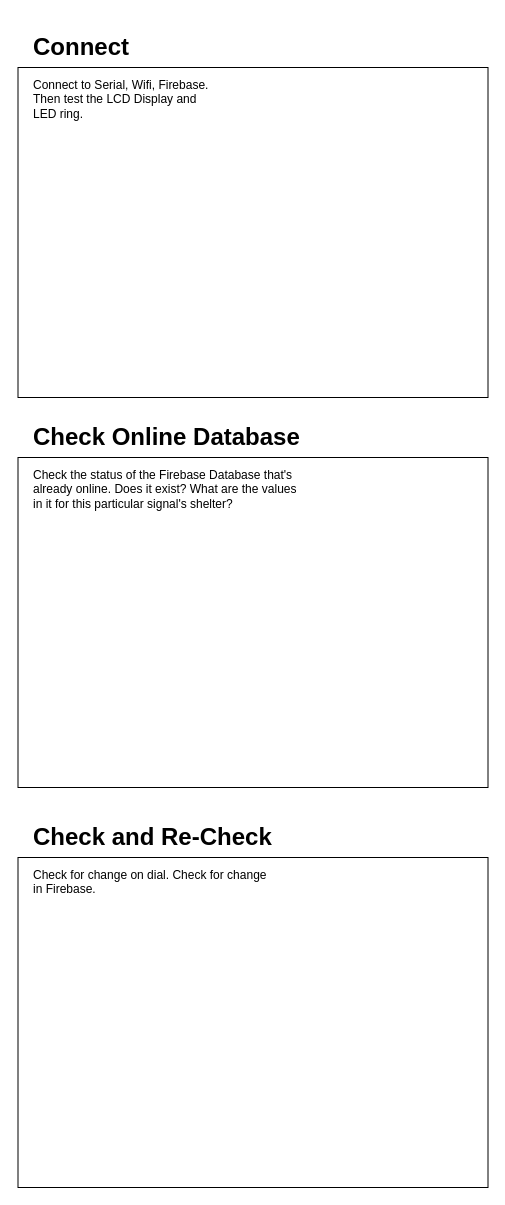
Earlier version of the draw.io diagram page "Page-2" (3 of 4) of diagrams/chalmers-signal-occupancy.drawio (chalmersproject/openshelter-signal). Source tidied: cells renumbered, new cells numbered last; positions are measured from the earlier drawing's top-left corner, leaving out a move shared by most shapes. Both pictures are drawn from the tidied source at 100%, with x=0, y=0 at pixel (18, 27).
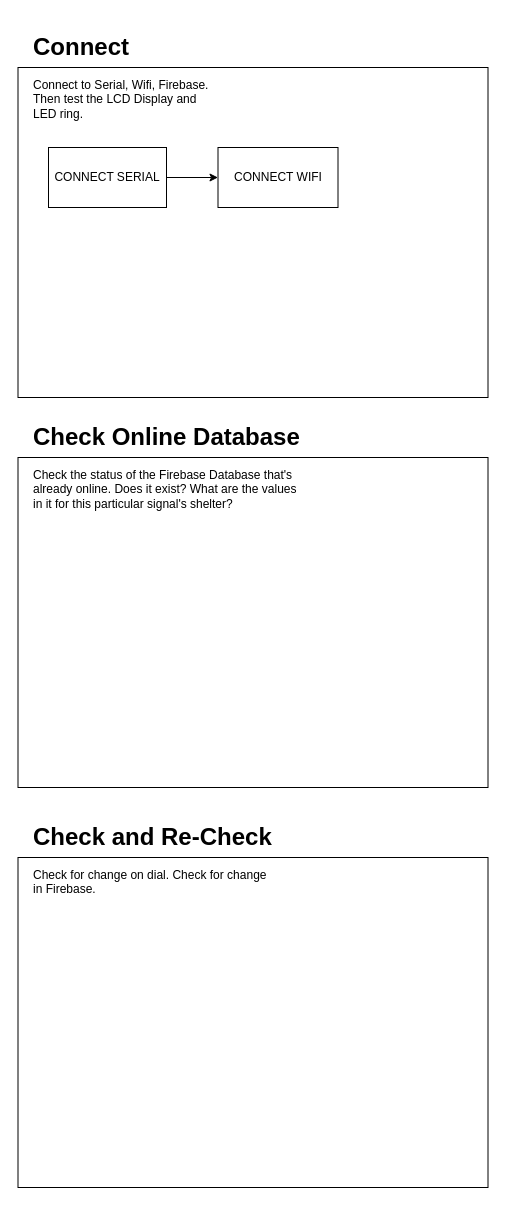
After the change.

Change to the diagram source:
```diff
@@
 <mxGraphModel>
   <root>
     <mxCell id="0" />
     <mxCell id="1" parent="0" />
     <mxCell id="2" style="rounded=0;whiteSpace=wrap;html=1;" parent="1" vertex="1">
       <mxGeometry x="-0.5" y="40" width="470" height="330" as="geometry" />
     </mxCell>
     <mxCell id="3" value="&lt;h1&gt;Connect&lt;/h1&gt;&lt;p&gt;Connect to Serial, Wifi, Firebase. Then test the LCD Display and LED ring.&lt;span&gt;&amp;nbsp;&lt;/span&gt;&lt;/p&gt;" style="text;html=1;strokeColor=none;fillColor=none;spacing=5;spacingTop=-20;whiteSpace=wrap;overflow=hidden;rounded=0;" parent="1" vertex="1">
       <mxGeometry x="9.5" width="190" height="120" as="geometry" />
     </mxCell>
     <mxCell id="4" style="rounded=0;whiteSpace=wrap;html=1;" parent="1" vertex="1">
       <mxGeometry x="-0.5" y="430" width="470" height="330" as="geometry" />
     </mxCell>
     <mxCell id="5" value="&lt;h1&gt;Check Online Database&lt;/h1&gt;&lt;p&gt;Check the status of the Firebase Database that's already online. Does it exist? What are the values in it for this particular signal's shelter?&lt;/p&gt;" style="text;html=1;strokeColor=none;fillColor=none;spacing=5;spacingTop=-20;whiteSpace=wrap;overflow=hidden;rounded=0;" parent="1" vertex="1">
       <mxGeometry x="9.5" y="390" width="280" height="120" as="geometry" />
     </mxCell>
     <mxCell id="6" style="rounded=0;whiteSpace=wrap;html=1;" parent="1" vertex="1">
       <mxGeometry x="-0.5" y="830" width="470" height="330" as="geometry" />
     </mxCell>
     <mxCell id="7" value="&lt;h1&gt;Check and Re-Check&lt;/h1&gt;&lt;p&gt;Check for change on dial. Check for change in Firebase.&lt;/p&gt;" style="text;html=1;strokeColor=none;fillColor=none;spacing=5;spacingTop=-20;whiteSpace=wrap;overflow=hidden;rounded=0;" parent="1" vertex="1">
       <mxGeometry x="9.5" y="790" width="250" height="120" as="geometry" />
     </mxCell>
+    <mxCell id="8" style="edgeStyle=orthogonalEdgeStyle;rounded=0;jettySize=auto;html=1;exitX=1;exitY=0.5;exitDx=0;exitDy=0;entryX=0;entryY=0.5;entryDx=0;entryDy=0;" parent="1" edge="1" source="9" target="10">
+      <mxGeometry relative="1" as="geometry" />
+    </mxCell>
+    <mxCell id="9" value="CONNECT SERIAL" style="rounded=0;whiteSpace=wrap;html=1;" parent="1" vertex="1">
+      <mxGeometry x="30" y="120" width="118" height="60" as="geometry" />
+    </mxCell>
+    <mxCell id="10" value="CONNECT WIFI" style="rounded=0;whiteSpace=wrap;html=1;" parent="1" vertex="1">
+      <mxGeometry x="199.5" y="120" width="120" height="60" as="geometry" />
+    </mxCell>
   </root>
 </mxGraphModel>
```
